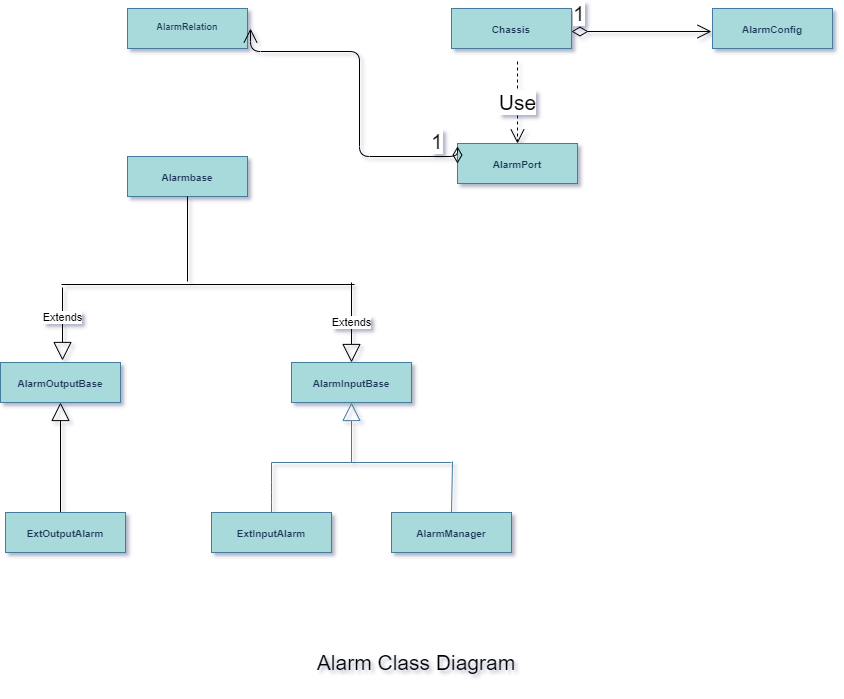
Before: UML/AlarmManager.png, a diagram exported from draw.io (Steve888888/FN-Redundancy). Source tidied: cells renumbered, new cells last; positions are measured from the earlier drawing's top-left corner, leaving out a move shared by most shapes.
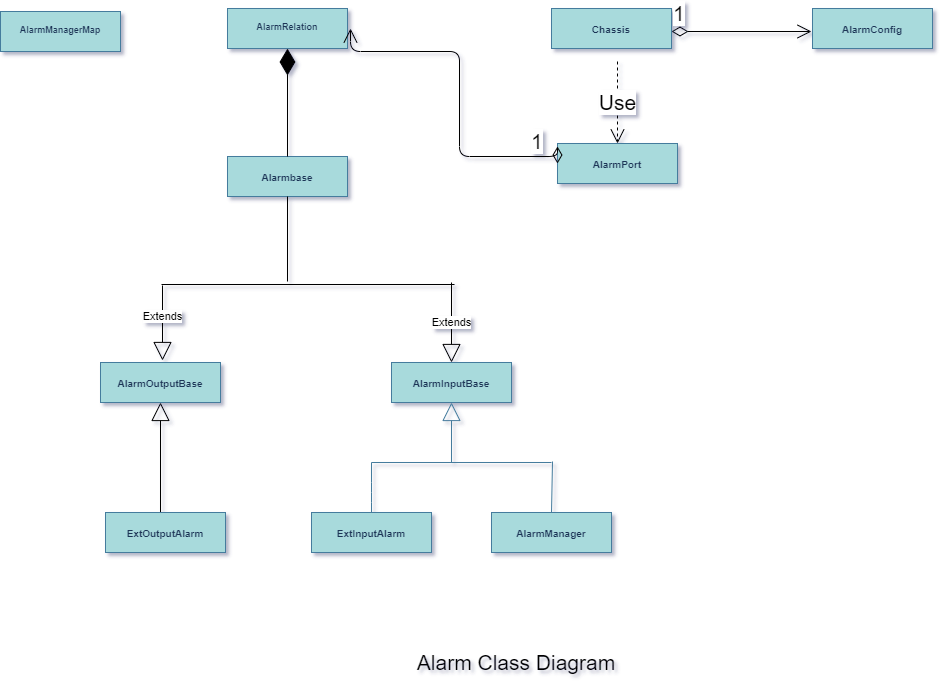
The same diagram one commit later.

The edit, as a diff of the source:
```diff
@@ -102,7 +102,7 @@
     </mxCell>
     <mxCell id="25" value="Extends" style="endArrow=block;endSize=16;endFill=0;html=1;" parent="1" edge="1">
       <mxGeometry x="-0.18" relative="1" as="geometry">
-        <mxPoint x="62" y="279" as="sourcePoint" />
+        <mxPoint x="62" y="277" as="sourcePoint" />
         <mxPoint x="62" y="352" as="targetPoint" />
       </mxGeometry>
     </mxCell>
@@ -119,5 +119,11 @@
         <mxPoint x="187" y="273" as="sourcePoint" />
       </mxGeometry>
     </mxCell>
+    <mxCell id="29" style="endArrow=diamondThin;endFill=1;endSize=24;html=1;entryX=0.5;entryY=1;entryDx=0;entryDy=0;exitX=0.5;exitY=0;exitDx=0;exitDy=0;" parent="1" edge="1" source="27" target="13">
+      <mxGeometry relative="1" as="geometry" />
+    </mxCell>
+    <mxCell id="30" value="&lt;p style=&quot;margin: 4px 0px 0px ; text-align: center ; font-size: 9px&quot;&gt;&lt;br&gt;&lt;b&gt;AlarmManagerMap&lt;/b&gt;&lt;br&gt;&lt;/p&gt;" style="verticalAlign=top;align=left;overflow=fill;fontSize=12;fontFamily=Helvetica;html=1;fillColor=#A8DADC;strokeColor=#457B9D;fontColor=#1D3557;" parent="1" vertex="1">
+      <mxGeometry x="-100" y="3" width="120" height="40" as="geometry" />
+    </mxCell>
   </root>
 </mxGraphModel>
```
